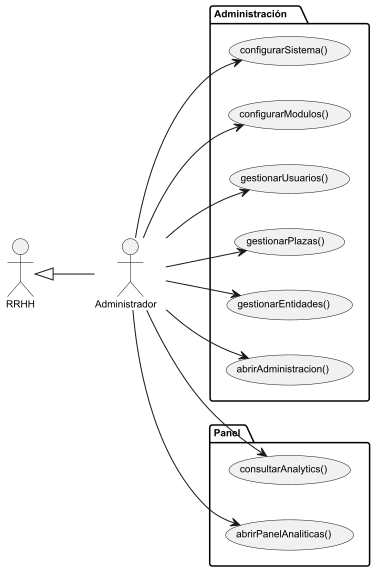
lostal/seven-suite keeps this PlantUML diagram as modelosUML/png/casosUsoAdmin.png. Above is the earlier version. Its source is kept beside it as modelosUML/puml/casosUsoAdmin.puml. The source it was exported from:
```plantuml
@startuml casosUsoAdmin

left to right direction
skinparam defaultFontName Arial
skinparam defaultFontSize 10

actor "RRHH"          as rrhh
actor "Administrador" as admin

rrhh <|-- admin

package "Administración" {
  usecase "abrirAdministracion()" as UC_AAD
  usecase "gestionarEntidades()"  as UC_GE
  usecase "gestionarPlazas()"     as UC_GP
  usecase "gestionarUsuarios()"   as UC_GU
  usecase "configurarModulos()"   as UC_CMO
  usecase "configurarSistema()"   as UC_CS
}

package "Panel" {
  usecase "abrirPanelAnaliticas()" as UC_APA
  usecase "consultarAnalytics()"   as UC_CA
}

admin --> UC_AAD
admin --> UC_GE
admin --> UC_GP
admin --> UC_GU
admin --> UC_CMO
admin --> UC_CS
admin --> UC_APA
admin --> UC_CA

@enduml
```
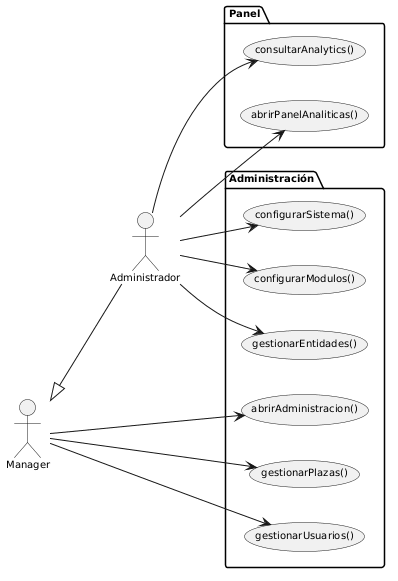
Later version of the same file.

Diff of the diagram source:
```diff
@@ -1,13 +1,15 @@
 @startuml casosUsoAdmin
+
+skinparam backgroundColor #FFFFFF
 
 left to right direction
 skinparam defaultFontName Arial
 skinparam defaultFontSize 10
 
-actor "RRHH"          as rrhh
+actor "Manager"       as manager
 actor "Administrador" as admin
 
-rrhh <|-- admin
+manager <|-- admin
 
 package "Administración" {
   usecase "abrirAdministracion()" as UC_AAD
@@ -23,10 +25,11 @@
   usecase "consultarAnalytics()"   as UC_CA
 }
 
-admin --> UC_AAD
+manager --> UC_AAD
+manager --> UC_GP
+manager --> UC_GU
+
 admin --> UC_GE
-admin --> UC_GP
-admin --> UC_GU
 admin --> UC_CMO
 admin --> UC_CS
 admin --> UC_APA
```
